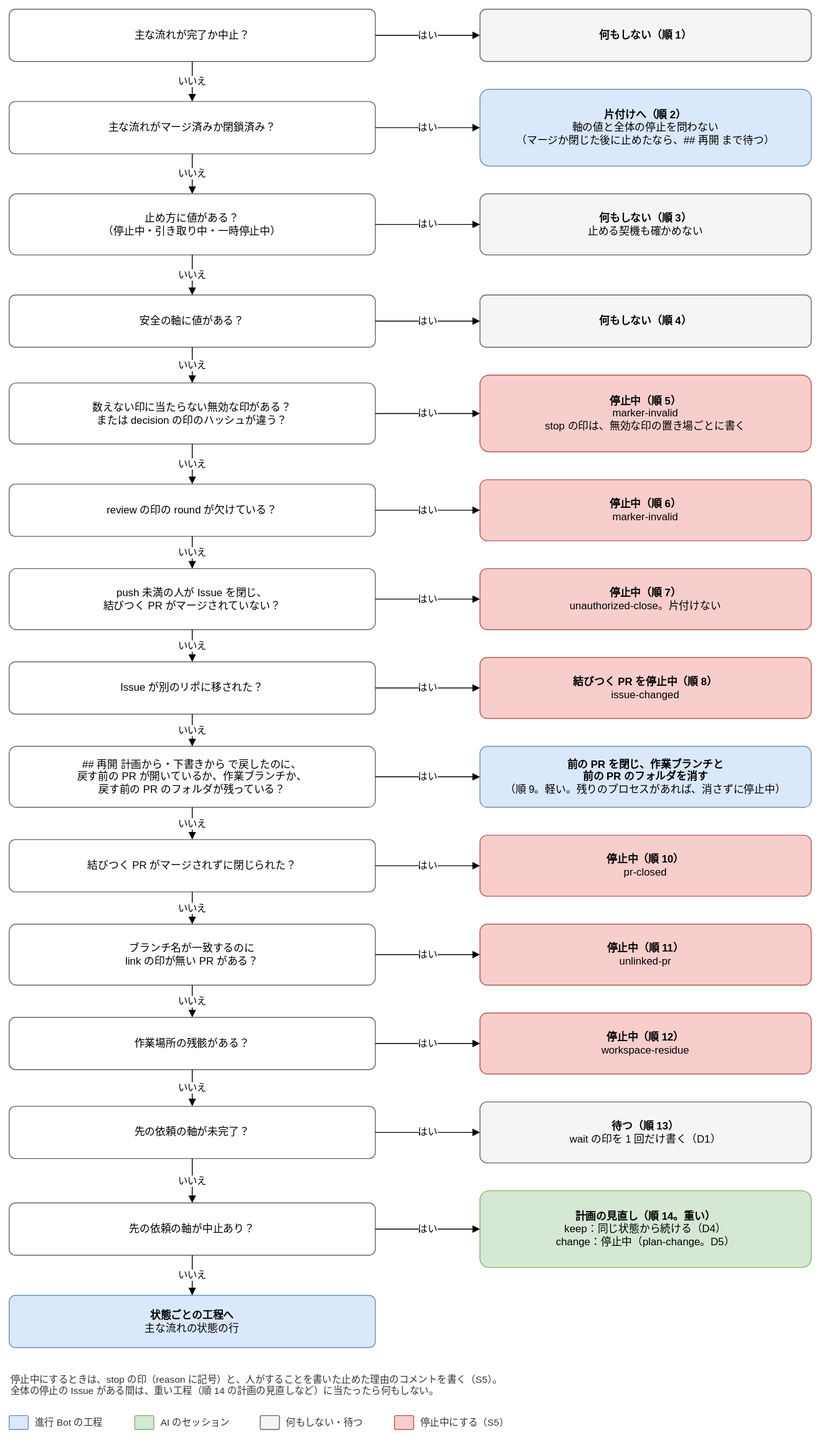
Joymerrevent/dev-autopilot keeps this draw.io diagram as docs/design/basic/diagrams/02-next-step-stops.drawio.svg. Above is the earlier version. Source tidied: cells renumbered, new cells last; positions are measured from the earlier drawing's top-left corner, leaving out a move shared by most shapes.
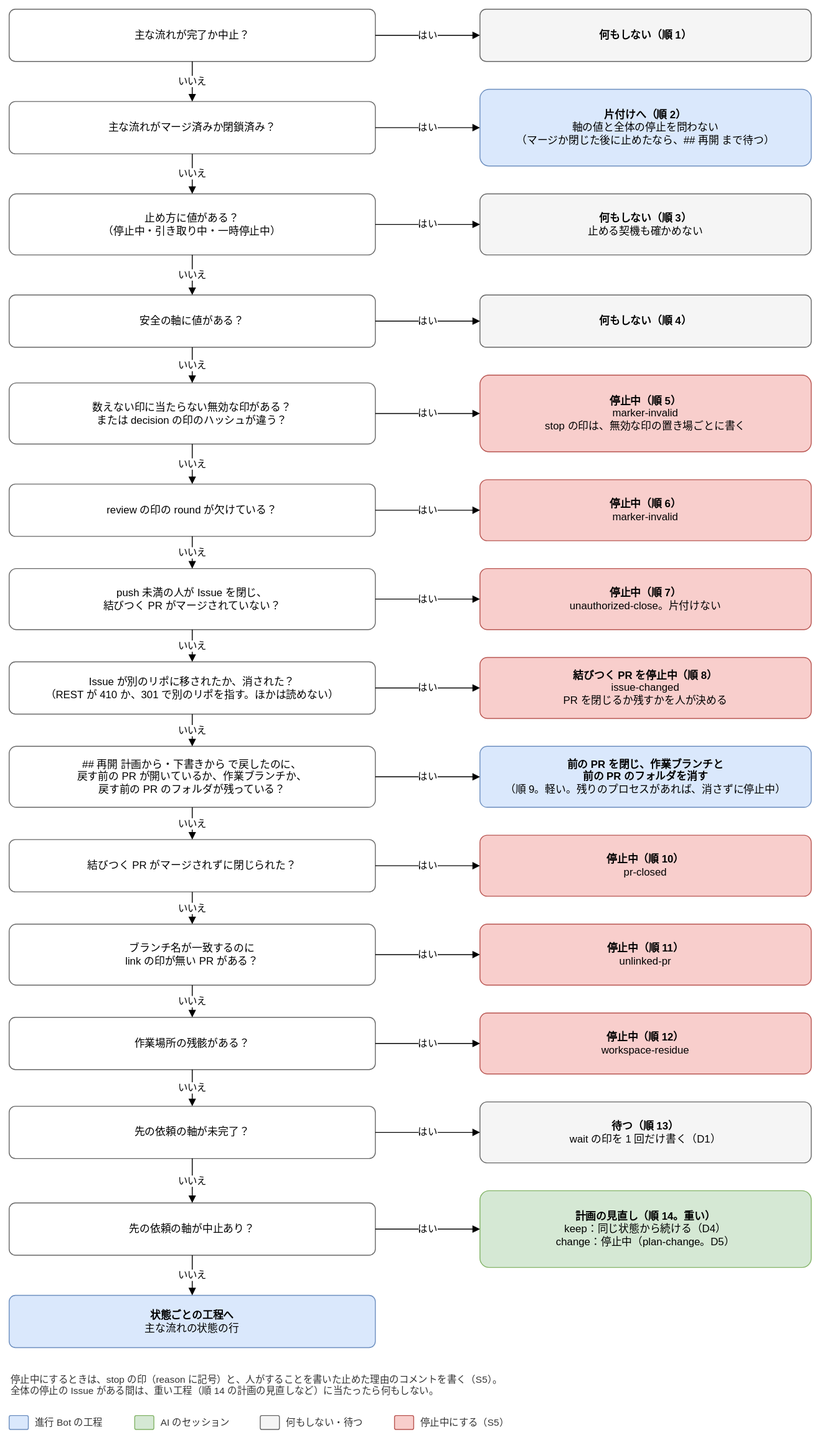
Above is the later version.

The edit, as a diff of the source:
```diff
@@ -83,10 +83,10 @@
     <mxCell id="28" value="いいえ" style="edgeStyle=orthogonalEdgeStyle;rounded=1;html=1;endArrow=block;endFill=1;fontSize=11;labelBackgroundColor=#ffffff;exitX=0.5;exitY=1;exitDx=0;exitDy=0;entryX=0.5;entryY=0;entryDx=0;entryDy=0;" parent="1" edge="1" source="21" target="25">
       <mxGeometry relative="1" as="geometry" />
     </mxCell>
-    <mxCell id="29" value="Issue が別のリポに移された？" style="rounded=1;whiteSpace=wrap;html=1;fontSize=12;arcSize=12;spacing=12;fillColor=#ffffff;strokeColor=#666666;" parent="1" vertex="1">
+    <mxCell id="29" value="Issue が別のリポに移されたか、消された？&lt;br&gt;（REST が 410 か、301 で別のリポを指す。ほかは読めない）" style="rounded=1;whiteSpace=wrap;html=1;fontSize=12;arcSize=12;spacing=12;fillColor=#ffffff;strokeColor=#666666;" parent="1" vertex="1">
       <mxGeometry y="749" width="420" height="60" as="geometry" />
     </mxCell>
-    <mxCell id="30" value="&lt;b&gt;結びつく PR を停止中（順 8）&lt;/b&gt;&lt;br&gt;issue-changed" style="rounded=1;whiteSpace=wrap;html=1;fontSize=12;arcSize=12;spacing=12;fillColor=#f8cecc;strokeColor=#b85450;" parent="1" vertex="1">
+    <mxCell id="30" value="&lt;b&gt;結びつく PR を停止中（順 8）&lt;/b&gt;&lt;br&gt;issue-changed&lt;br&gt;PR を閉じるか残すかを人が決める" style="rounded=1;whiteSpace=wrap;html=1;fontSize=12;arcSize=12;spacing=12;fillColor=#f8cecc;strokeColor=#b85450;" parent="1" vertex="1">
       <mxGeometry x="540" y="744" width="380" height="70" as="geometry" />
     </mxCell>
     <mxCell id="31" value="はい" style="edgeStyle=orthogonalEdgeStyle;rounded=1;html=1;endArrow=block;endFill=1;fontSize=11;labelBackgroundColor=#ffffff;exitX=1;exitY=0.5;exitDx=0;exitDy=0;entryX=0;entryY=0.5;entryDx=0;entryDy=0;" parent="1" edge="1" source="29" target="30">
```
